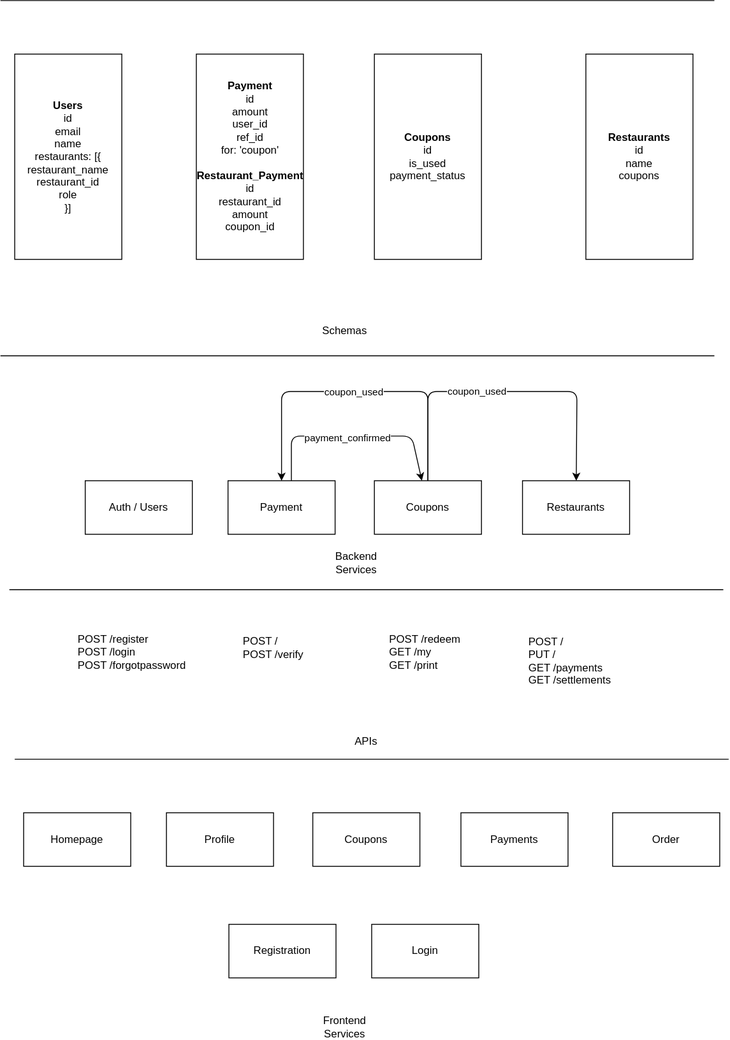
Before: architecture.drawio.svg, a diagram exported from draw.io (MubashirAR/coupontribute). Source tidied: cells renumbered, new cells last; positions are measured from the earlier drawing's top-left corner, leaving out a move shared by most shapes. Its diagram source:
```xml
<mxGraphModel>
  <root>
    <mxCell id="0" />
    <mxCell id="1" parent="0" />
    <mxCell id="2" value="Auth / Users" style="rounded=0;whiteSpace=wrap;html=1;" parent="1" vertex="1">
      <mxGeometry x="95" y="538" width="120" height="60" as="geometry" />
    </mxCell>
    <mxCell id="3" value="Payment" style="rounded=0;whiteSpace=wrap;html=1;" parent="1" vertex="1">
      <mxGeometry x="255" y="538" width="120" height="60" as="geometry" />
    </mxCell>
    <mxCell id="4" value="Coupons" style="rounded=0;whiteSpace=wrap;html=1;" parent="1" vertex="1">
      <mxGeometry x="419" y="538" width="120" height="60" as="geometry" />
    </mxCell>
    <mxCell id="5" value="Restaurants" style="rounded=0;whiteSpace=wrap;html=1;" parent="1" vertex="1">
      <mxGeometry x="585" y="538" width="120" height="60" as="geometry" />
    </mxCell>
    <mxCell id="6" value="Homepage" style="rounded=0;whiteSpace=wrap;html=1;" parent="1" vertex="1">
      <mxGeometry x="26" y="910" width="120" height="60" as="geometry" />
    </mxCell>
    <mxCell id="7" value="Profile" style="rounded=0;whiteSpace=wrap;html=1;" parent="1" vertex="1">
      <mxGeometry x="186" y="910" width="120" height="60" as="geometry" />
    </mxCell>
    <mxCell id="8" value="Coupons" style="rounded=0;whiteSpace=wrap;html=1;" parent="1" vertex="1">
      <mxGeometry x="350" y="910" width="120" height="60" as="geometry" />
    </mxCell>
    <mxCell id="9" value="Payments" style="rounded=0;whiteSpace=wrap;html=1;" parent="1" vertex="1">
      <mxGeometry x="516" y="910" width="120" height="60" as="geometry" />
    </mxCell>
    <mxCell id="10" value="Order" style="rounded=0;whiteSpace=wrap;html=1;" parent="1" vertex="1">
      <mxGeometry x="686" y="910" width="120" height="60" as="geometry" />
    </mxCell>
    <mxCell id="11" style="endArrow=none;html=1;" parent="1" edge="1">
      <mxGeometry relative="1" as="geometry">
        <mxPoint x="16" y="850" as="sourcePoint" />
        <mxPoint x="816" y="850" as="targetPoint" />
      </mxGeometry>
    </mxCell>
    <mxCell id="12" value="Registration" style="rounded=0;whiteSpace=wrap;html=1;" parent="1" vertex="1">
      <mxGeometry x="256" y="1035" width="120" height="60" as="geometry" />
    </mxCell>
    <mxCell id="13" value="Login" style="rounded=0;whiteSpace=wrap;html=1;" parent="1" vertex="1">
      <mxGeometry x="416" y="1035" width="120" height="60" as="geometry" />
    </mxCell>
    <mxCell id="14" value="Backend Services" style="text;html=1;strokeColor=none;fillColor=none;align=center;verticalAlign=middle;whiteSpace=wrap;rounded=0;" parent="1" vertex="1">
      <mxGeometry x="379" y="620" width="40" height="20" as="geometry" />
    </mxCell>
    <mxCell id="15" value="Frontend Services" style="text;html=1;strokeColor=none;fillColor=none;align=center;verticalAlign=middle;whiteSpace=wrap;rounded=0;" parent="1" vertex="1">
      <mxGeometry x="366" y="1140" width="40" height="20" as="geometry" />
    </mxCell>
    <mxCell id="16" style="endArrow=none;html=1;" parent="1" edge="1">
      <mxGeometry relative="1" as="geometry">
        <mxPoint y="398" as="sourcePoint" />
        <mxPoint x="800" y="398" as="targetPoint" />
      </mxGeometry>
    </mxCell>
    <mxCell id="17" value="&lt;div&gt;&lt;b&gt;Users&lt;/b&gt;&lt;/div&gt;&lt;div&gt;id&lt;br&gt;&lt;/div&gt;&lt;div&gt;email&lt;/div&gt;&lt;div&gt;name&lt;/div&gt;&lt;div&gt;restaurants: [{&lt;/div&gt;&lt;div&gt;restaurant_name&lt;br&gt;&lt;/div&gt;&lt;div&gt;restaurant_id&lt;br&gt;&lt;/div&gt;&lt;div&gt;role&lt;br&gt;&lt;/div&gt;&lt;div&gt;}]&lt;br&gt;&lt;/div&gt;" style="rounded=0;whiteSpace=wrap;html=1;" parent="1" vertex="1">
      <mxGeometry x="16" y="60" width="120" height="230" as="geometry" />
    </mxCell>
    <mxCell id="18" value="&lt;b&gt;Restaurants&lt;/b&gt;&lt;div&gt;id&lt;/div&gt;&lt;div&gt;name&lt;/div&gt;&lt;div&gt;coupons&lt;br&gt;&lt;/div&gt;" style="rounded=0;whiteSpace=wrap;html=1;" parent="1" vertex="1">
      <mxGeometry x="656" y="60" width="120" height="230" as="geometry" />
    </mxCell>
    <mxCell id="19" value="&lt;div&gt;&lt;b&gt;Coupons&lt;/b&gt;&lt;/div&gt;&lt;div&gt;id&lt;br&gt;&lt;/div&gt;&lt;div&gt;is_used&lt;/div&gt;&lt;div&gt;payment_status&lt;br&gt;&lt;/div&gt;" style="rounded=0;whiteSpace=wrap;html=1;" parent="1" vertex="1">
      <mxGeometry x="419" y="60" width="120" height="230" as="geometry" />
    </mxCell>
    <mxCell id="20" style="endArrow=classic;html=1;exitX=0.5;exitY=0;exitDx=0;exitDy=0;" parent="1" edge="1" source="4" target="5">
      <mxGeometry relative="1" as="geometry">
        <Array as="points">
          <mxPoint x="479" y="438" />
          <mxPoint x="646" y="438" />
        </Array>
      </mxGeometry>
    </mxCell>
    <mxCell id="21" value="coupon_used" style="edgeLabel;html=1;align=center;verticalAlign=middle;" parent="20" vertex="1">
      <mxGeometry x="-0.16" y="1" relative="1" as="geometry" />
    </mxCell>
    <mxCell id="22" value="&lt;b&gt;Payment&lt;/b&gt;&lt;div&gt;id&lt;br&gt;&lt;/div&gt;&lt;div&gt;amount&lt;/div&gt;&lt;div&gt;user_id&lt;/div&gt;&lt;div&gt;ref_id&lt;/div&gt;&lt;div&gt;for: 'coupon'&lt;/div&gt;&lt;div&gt;&lt;br&gt;&lt;/div&gt;&lt;div&gt;&lt;b&gt;Restaurant_Payment&lt;/b&gt;&lt;/div&gt;&lt;div&gt;id&lt;/div&gt;&lt;div&gt;restaurant_id&lt;/div&gt;&lt;div&gt;amount&lt;/div&gt;&lt;div&gt;coupon_id&lt;br&gt;&lt;b&gt;&lt;/b&gt;&lt;/div&gt;" style="rounded=0;whiteSpace=wrap;html=1;" parent="1" vertex="1">
      <mxGeometry x="219.5" y="60" width="120" height="230" as="geometry" />
    </mxCell>
    <mxCell id="23" style="endArrow=classic;html=1;exitX=0.5;exitY=0;exitDx=0;exitDy=0;entryX=0.5;entryY=0;entryDx=0;entryDy=0;" parent="1" edge="1" source="4" target="3">
      <mxGeometry relative="1" as="geometry">
        <Array as="points">
          <mxPoint x="479" y="438" />
          <mxPoint x="315" y="438" />
        </Array>
      </mxGeometry>
    </mxCell>
    <mxCell id="24" value="coupon_used" style="edgeLabel;html=1;align=center;verticalAlign=middle;" parent="23" vertex="1">
      <mxGeometry x="0.28" relative="1" as="geometry">
        <mxPoint x="48" as="offset" />
      </mxGeometry>
    </mxCell>
    <mxCell id="25" value="Schemas" style="text;html=1;strokeColor=none;fillColor=none;align=center;verticalAlign=middle;whiteSpace=wrap;rounded=0;" parent="1" vertex="1">
      <mxGeometry x="366" y="360" width="40" height="20" as="geometry" />
    </mxCell>
    <mxCell id="26" style="endArrow=classic;html=1;" parent="1" edge="1" target="4">
      <mxGeometry relative="1" as="geometry">
        <mxPoint x="326" y="538" as="sourcePoint" />
        <Array as="points">
          <mxPoint x="326" y="488" />
          <mxPoint x="461" y="488" />
        </Array>
      </mxGeometry>
    </mxCell>
    <mxCell id="27" value="payment_confirmed" style="edgeLabel;html=1;align=center;verticalAlign=middle;" parent="26" vertex="1">
      <mxGeometry x="-0.37" y="-1" relative="1" as="geometry">
        <mxPoint x="37" as="offset" />
      </mxGeometry>
    </mxCell>
    <mxCell id="28" style="endArrow=none;html=1;" parent="1" edge="1">
      <mxGeometry relative="1" as="geometry">
        <mxPoint as="sourcePoint" />
        <mxPoint x="800" as="targetPoint" />
      </mxGeometry>
    </mxCell>
    <mxCell id="29" style="endArrow=none;html=1;" parent="1" edge="1">
      <mxGeometry relative="1" as="geometry">
        <mxPoint x="10" y="660" as="sourcePoint" />
        <mxPoint x="810" y="660" as="targetPoint" />
      </mxGeometry>
    </mxCell>
    <mxCell id="30" value="APIs" style="text;html=1;strokeColor=none;fillColor=none;align=center;verticalAlign=middle;whiteSpace=wrap;rounded=0;" parent="1" vertex="1">
      <mxGeometry x="390" y="820" width="40" height="20" as="geometry" />
    </mxCell>
    <mxCell id="31" value="POST /register&lt;br&gt;&lt;div&gt;&lt;span&gt;POST /login&lt;/span&gt;&lt;/div&gt;&lt;div&gt;POST /forgotpassword&lt;/div&gt;" style="text;html=1;strokeColor=none;fillColor=none;align=left;verticalAlign=middle;whiteSpace=wrap;rounded=0;" parent="1" vertex="1">
      <mxGeometry x="85" y="700" width="140" height="60" as="geometry" />
    </mxCell>
    <mxCell id="32" value="POST /&lt;br&gt;POST /verify" style="text;html=1;strokeColor=none;fillColor=none;align=left;verticalAlign=middle;whiteSpace=wrap;rounded=0;" parent="1" vertex="1">
      <mxGeometry x="270" y="710" width="90" height="30" as="geometry" />
    </mxCell>
    <mxCell id="33" value="POST /redeem&lt;br&gt;GET /my&lt;br&gt;GET /print" style="text;html=1;strokeColor=none;fillColor=none;align=left;verticalAlign=middle;whiteSpace=wrap;rounded=0;" parent="1" vertex="1">
      <mxGeometry x="434" y="720" width="90" height="20" as="geometry" />
    </mxCell>
    <mxCell id="34" value="POST /&lt;br&gt;PUT /&lt;br&gt;GET /payments&lt;br&gt;GET /settlements" style="text;html=1;strokeColor=none;fillColor=none;align=left;verticalAlign=middle;whiteSpace=wrap;rounded=0;" parent="1" vertex="1">
      <mxGeometry x="589.5" y="730" width="111" height="20" as="geometry" />
    </mxCell>
  </root>
</mxGraphModel>
```
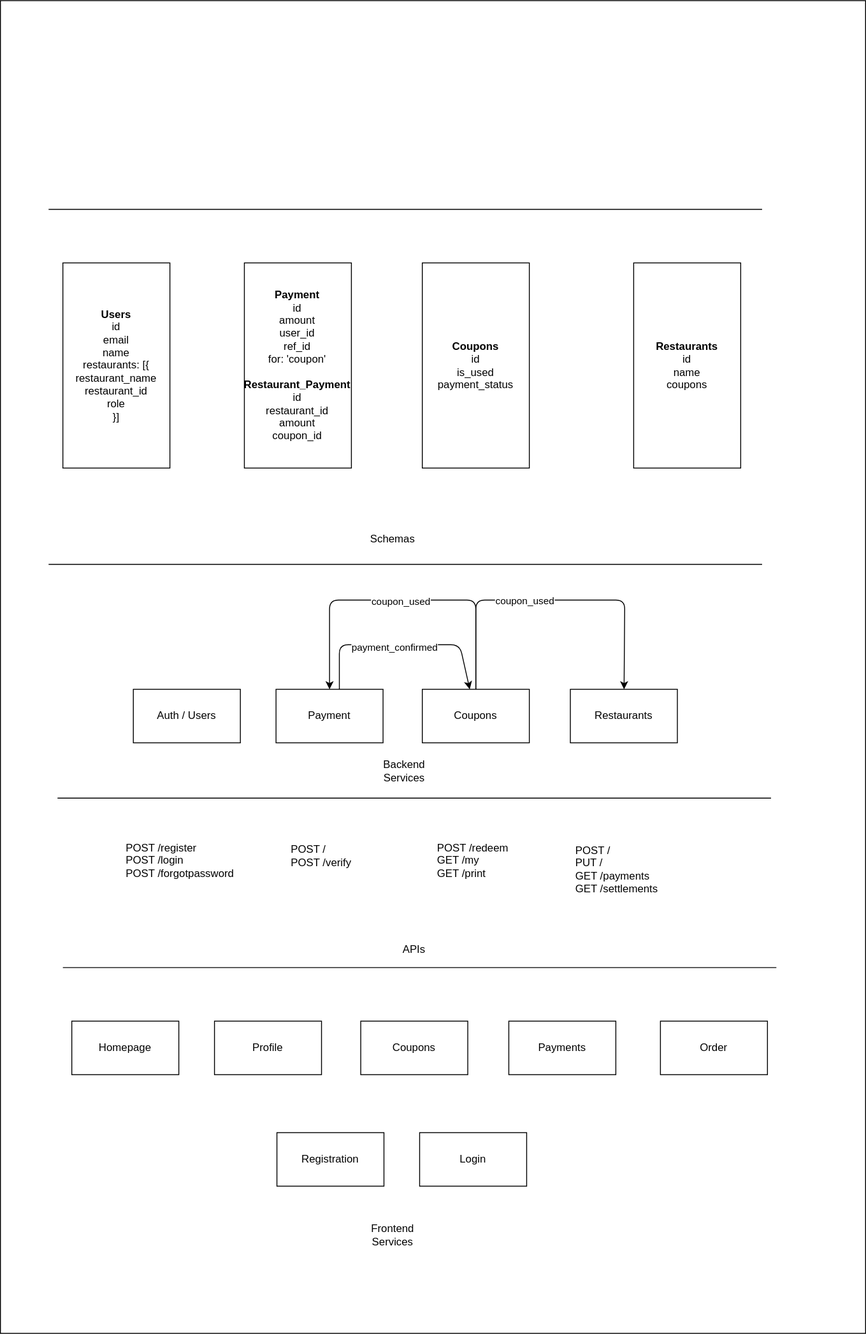
Above is the later version.

What changed in the source:
```diff
@@ -2,6 +2,9 @@
   <root>
     <mxCell id="0" />
     <mxCell id="1" parent="0" />
+    <mxCell id="35" style="rounded=0;whiteSpace=wrap;html=1;" parent="1" vertex="1">
+      <mxGeometry x="-54" y="-234" width="970" height="1494" as="geometry" />
+    </mxCell>
     <mxCell id="2" value="Auth / Users" style="rounded=0;whiteSpace=wrap;html=1;" parent="1" vertex="1">
       <mxGeometry x="95" y="538" width="120" height="60" as="geometry" />
     </mxCell>
```
